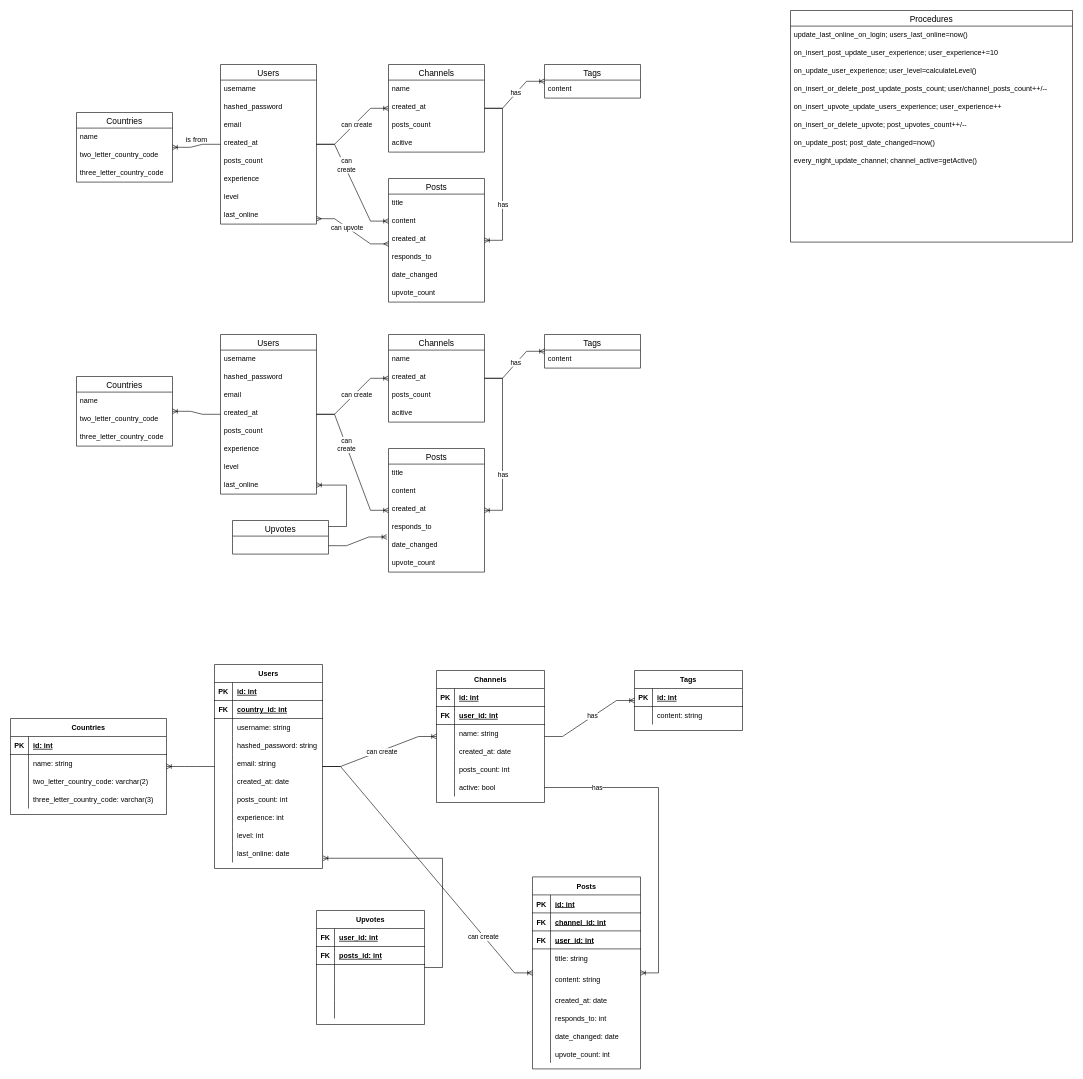
Above: Mandatory1.drawio in maxmeldal/db-eksamen (draw.io), before the change. Source tidied: cells renumbered, new cells numbered last; positions are measured from the earlier drawing's top-left corner, leaving out a move shared by most shapes. Both pictures are drawn from the tidied source at 60%, with x=0, y=0 at pixel (10, 10).
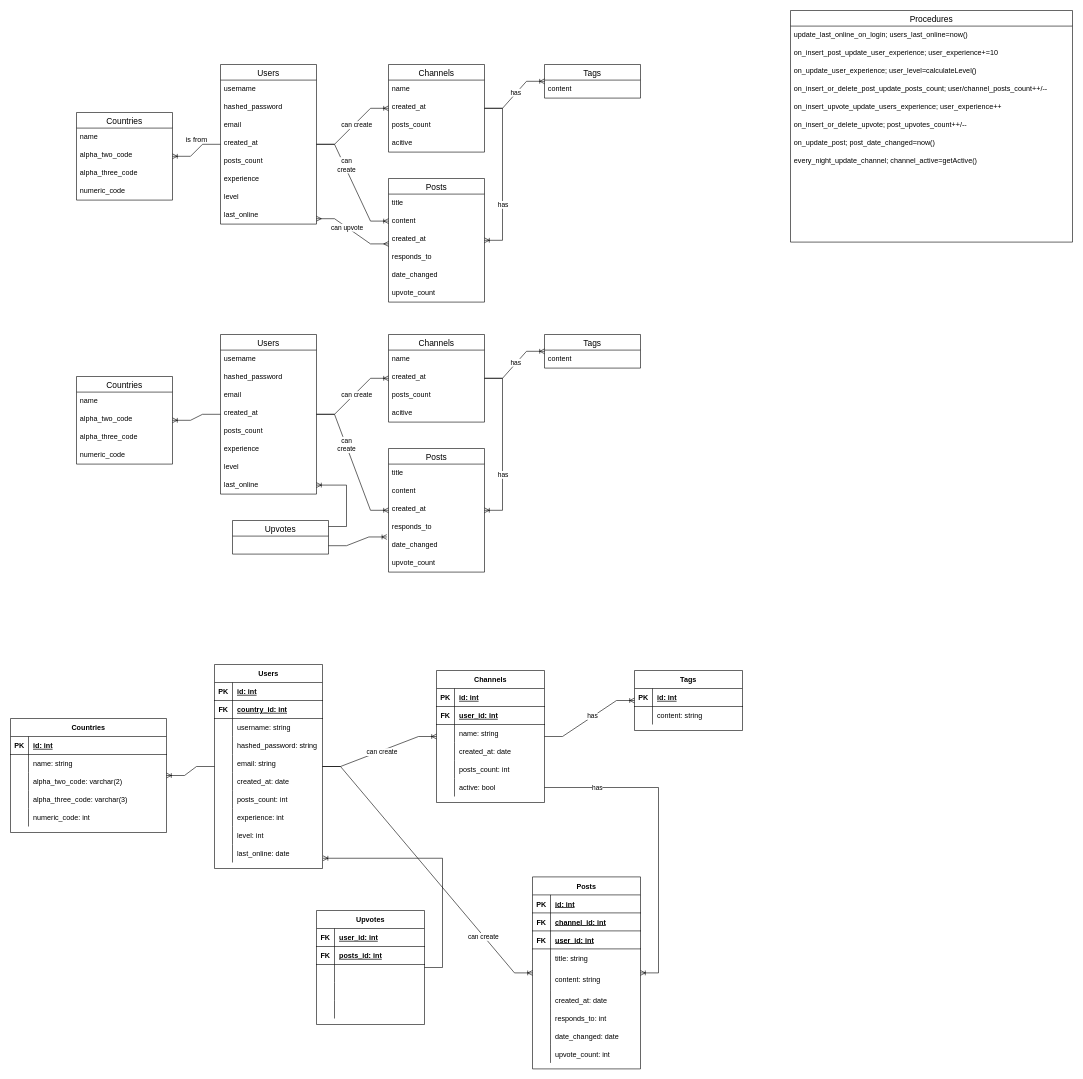
The same diagram, later.

Commit message (it also covers changes not shown here):
add countries data and update countries table in er diagram

Unchanged cells that the change refers to:
```xml
<mxCell id="210" style="shape=tableRow;horizontal=0;startSize=0;swimlaneHead=0;swimlaneBody=0;fillColor=none;top=0;left=0;right=0;bottom=0;" parent="203" vertex="1">
  <mxGeometry y="90" width="260" height="30" as="geometry" />
</mxCell>
<mxCell id="213" style="shape=tableRow;horizontal=0;startSize=0;swimlaneHead=0;swimlaneBody=0;fillColor=none;top=0;left=0;right=0;bottom=0;" parent="203" vertex="1">
  <mxGeometry y="120" width="260" height="30" as="geometry" />
</mxCell>
```

Diff of the diagram source:
```diff
@@
     <mxCell id="192" value="Countries" style="swimlane;fontStyle=0;horizontal=1;startSize=26;align=center;fontSize=14;" parent="1" vertex="1">
-      <mxGeometry x="110" y="170" width="160" height="116" as="geometry" />
+      <mxGeometry x="110" y="170" width="160" height="146" as="geometry" />
     </mxCell>
@@
-    <mxCell id="194" value="two_letter_country_code" style="text;strokeColor=none;fillColor=none;spacingLeft=4;spacingRight=4;overflow=hidden;fontSize=12;" parent="192" vertex="1">
+    <mxCell id="194" value="alpha_two_code" style="text;strokeColor=none;fillColor=none;spacingLeft=4;spacingRight=4;overflow=hidden;fontSize=12;" parent="192" vertex="1">
       <mxGeometry y="56" width="160" height="30" as="geometry" />
     </mxCell>
-    <mxCell id="195" value="three_letter_country_code" style="text;strokeColor=none;fillColor=none;spacingLeft=4;spacingRight=4;overflow=hidden;fontSize=12;" parent="192" vertex="1">
+    <mxCell id="195" value="alpha_three_code" style="text;strokeColor=none;fillColor=none;spacingLeft=4;spacingRight=4;overflow=hidden;fontSize=12;" parent="192" vertex="1">
       <mxGeometry y="86" width="160" height="30" as="geometry" />
     </mxCell>
+    <mxCell id="217" value="numeric_code" style="text;strokeColor=none;fillColor=none;spacingLeft=4;spacingRight=4;overflow=hidden;fontSize=12;" parent="192" vertex="1">
+      <mxGeometry y="116" width="160" height="30" as="geometry" />
+    </mxCell>
@@
     <mxCell id="198" value="Countries" style="swimlane;fontStyle=0;horizontal=1;startSize=26;align=center;fontSize=14;" parent="1" vertex="1">
-      <mxGeometry x="110" y="610" width="160" height="116" as="geometry" />
+      <mxGeometry x="110" y="610" width="160" height="146" as="geometry" />
     </mxCell>
@@
-    <mxCell id="200" value="two_letter_country_code" style="text;strokeColor=none;fillColor=none;spacingLeft=4;spacingRight=4;overflow=hidden;fontSize=12;" parent="198" vertex="1">
+    <mxCell id="200" value="alpha_two_code" style="text;strokeColor=none;fillColor=none;spacingLeft=4;spacingRight=4;overflow=hidden;fontSize=12;" parent="198" vertex="1">
       <mxGeometry y="56" width="160" height="30" as="geometry" />
     </mxCell>
-    <mxCell id="201" value="three_letter_country_code" style="text;strokeColor=none;fillColor=none;spacingLeft=4;spacingRight=4;overflow=hidden;fontSize=12;" parent="198" vertex="1">
+    <mxCell id="201" value="alpha_three_code" style="text;strokeColor=none;fillColor=none;spacingLeft=4;spacingRight=4;overflow=hidden;fontSize=12;" parent="198" vertex="1">
       <mxGeometry y="86" width="160" height="30" as="geometry" />
     </mxCell>
+    <mxCell id="218" value="numeric_code" style="text;strokeColor=none;fillColor=none;spacingLeft=4;spacingRight=4;overflow=hidden;fontSize=12;" parent="198" vertex="1">
+      <mxGeometry y="116" width="160" height="30" as="geometry" />
+    </mxCell>
@@
     <mxCell id="203" value="Countries" style="shape=table;startSize=30;childLayout=tableLayout;rowLines=0;fontStyle=1;align=center;" parent="1" vertex="1">
-      <mxGeometry y="1180" width="260" height="160" as="geometry" />
+      <mxGeometry y="1180" width="260" height="190" as="geometry" />
     </mxCell>
@@
-    <mxCell id="212" value="two_letter_country_code: varchar(2)" style="shape=partialRectangle;fillColor=none;top=0;left=0;bottom=0;right=0;align=left;spacingLeft=6;overflow=hidden;" parent="210" vertex="1">
+    <mxCell id="212" value="alpha_two_code: varchar(2)" style="shape=partialRectangle;fillColor=none;top=0;left=0;bottom=0;right=0;align=left;spacingLeft=6;overflow=hidden;" parent="210" vertex="1">
       <mxGeometry x="30" width="230" height="30" as="geometry" />
     </mxCell>
@@
-    <mxCell id="215" value="three_letter_country_code: varchar(3)" style="shape=partialRectangle;fillColor=none;top=0;left=0;bottom=0;right=0;align=left;spacingLeft=6;overflow=hidden;" parent="213" vertex="1">
+    <mxCell id="215" value="alpha_three_code: varchar(3)" style="shape=partialRectangle;fillColor=none;top=0;left=0;bottom=0;right=0;align=left;spacingLeft=6;overflow=hidden;" parent="213" vertex="1">
       <mxGeometry x="30" width="230" height="30" as="geometry" />
     </mxCell>
+    <mxCell id="219" style="shape=tableRow;horizontal=0;startSize=0;swimlaneHead=0;swimlaneBody=0;fillColor=none;top=0;left=0;right=0;bottom=0;" parent="203" vertex="1">
+      <mxGeometry y="150" width="260" height="30" as="geometry" />
+    </mxCell>
+    <mxCell id="220" style="shape=partialRectangle;fillColor=none;top=0;left=0;bottom=0;right=0;overflow=hidden;" parent="219" vertex="1">
+      <mxGeometry width="30" height="30" as="geometry" />
+    </mxCell>
+    <mxCell id="221" value="numeric_code: int" style="shape=partialRectangle;fillColor=none;top=0;left=0;bottom=0;right=0;align=left;spacingLeft=6;overflow=hidden;" parent="219" vertex="1">
+      <mxGeometry x="30" width="230" height="30" as="geometry" />
+    </mxCell>
```
